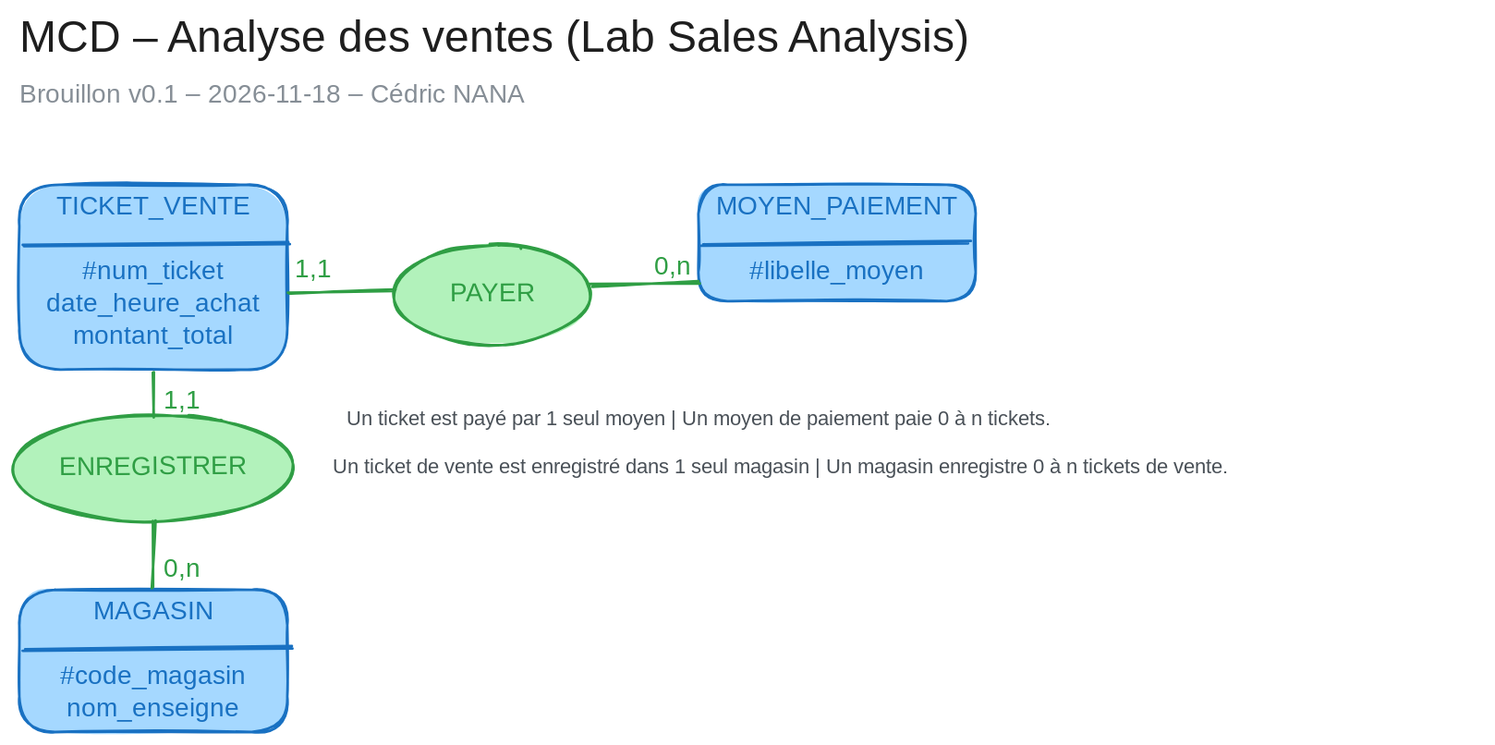
Earlier version of the Excalidraw export docs/modeles/mcd.excalidraw.svg (cnanaj-wq/lab-sales-analysis). Source tidied: one line per element, renumbered; positions are measured from the earlier drawing's top-left corner, leaving out a move shared by most shapes.
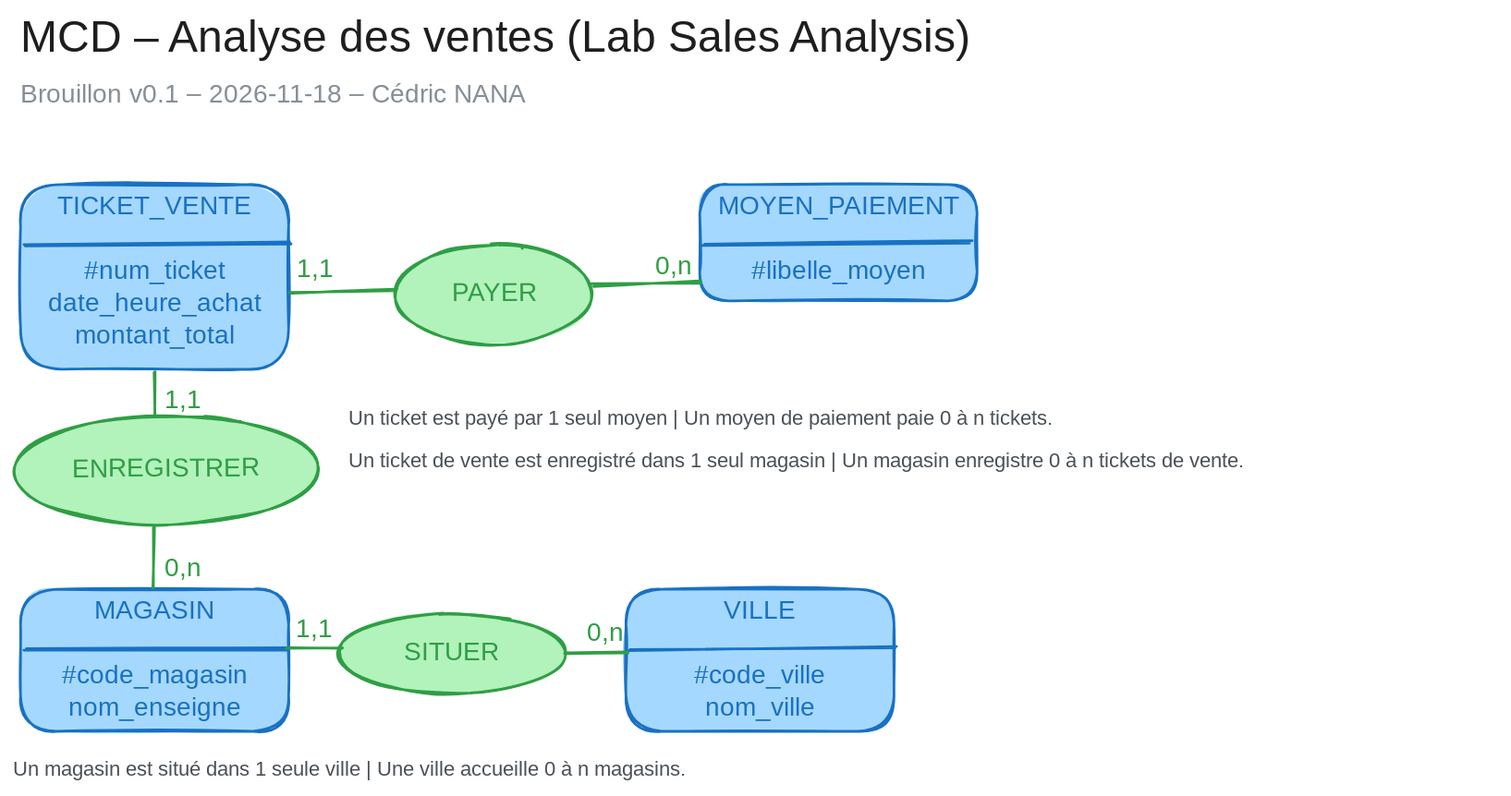
The same diagram one commit later.

Commit message:
docs: ajoute la ville au MCD - Analyse des ventes

Diff of the diagram source:
```diff
@@ -15,11 +15,21 @@
 {"id": 14, "type": "text", "text": "Un ticket est payé par 1 seul moyen | Un moyen de paiement paie 0 à n tickets.", "strokeColor": "#495057", "strokeWidth": 2, "roughness": 1, "fontSize": 16, "fontFamily": 5, "x": 258, "y": 305, "width": 617, "height": 20}
 {"id": 15, "type": "rectangle", "strokeColor": "#1971c2", "backgroundColor": "#a5d8ff", "fillStyle": "solid", "strokeWidth": 2, "roughness": 1, "round": true, "x": 5, "y": 446, "width": 207, "height": 110}
 {"id": 16, "type": "text", "text": "MAGASIN\n\n#code_magasin\nnom_enseigne", "strokeColor": "#1971c2", "backgroundColor": "#a5d8ff", "fillStyle": "solid", "strokeWidth": 2, "roughness": 1, "fontSize": 20, "fontFamily": 5, "textAlign": "center", "inside": 15, "x": 35, "y": 451, "width": 148, "height": 100}
-{"id": 17, "type": "line", "strokeColor": "#1971c2", "backgroundColor": "#a5d8ff", "fillStyle": "solid", "strokeWidth": 2, "roughness": 1, "round": true, "x": 8, "y": 493, "width": 207, "height": 2, "points": [[0, 0], [207, -2]]}
+{"id": 17, "type": "line", "strokeColor": "#1971c2", "backgroundColor": "#a5d8ff", "fillStyle": "solid", "strokeWidth": 2, "roughness": 1, "round": true, "x": 8, "y": 493, "width": 203, "height": 1, "points": [[0, 0], [203, -1]]}
-{"id": 18, "type": "ellipse", "strokeColor": "#2f9e44", "angle": 6.28, "backgroundColor": "#b2f2bb", "fillStyle": "solid", "strokeWidth": 2, "roughness": 1, "round": true, "x": 0, "y": 311, "width": 217, "height": 82}
+{"id": 18, "type": "ellipse", "strokeColor": "#2f9e44", "angle": 6.28, "backgroundColor": "#b2f2bb", "fillStyle": "solid", "strokeWidth": 2, "roughness": 1, "round": true, "x": 0, "y": 312, "width": 235, "height": 84}
-{"id": 19, "type": "text", "text": "ENREGISTRER", "strokeColor": "#2f9e44", "angle": 6.28, "backgroundColor": "#b2f2bb", "fillStyle": "solid", "strokeWidth": 2, "roughness": 1, "fontSize": 20, "fontFamily": 5, "textAlign": "center", "verticalAlign": "middle", "inside": 18, "x": 32, "y": 339, "width": 152, "height": 25}
+{"id": 19, "type": "text", "text": "ENREGISTRER", "strokeColor": "#2f9e44", "angle": 6.28, "backgroundColor": "#b2f2bb", "fillStyle": "solid", "strokeWidth": 2, "roughness": 1, "fontSize": 20, "fontFamily": 5, "textAlign": "center", "verticalAlign": "middle", "inside": 18, "x": 40, "y": 341, "width": 155, "height": 25}
 {"id": 20, "type": "line", "strokeColor": "#2f9e44", "strokeWidth": 2, "roughness": 1, "round": true, "x": 108, "y": 278, "width": 0, "height": 35, "points": [[0, 0], [0, 35]]}
-{"id": 21, "type": "line", "strokeColor": "#2f9e44", "strokeWidth": 2, "roughness": 1, "round": true, "x": 108, "y": 392, "width": 0, "height": 53, "points": [[0, 0], [0, 53]]}
+{"id": 21, "type": "line", "strokeColor": "#2f9e44", "strokeWidth": 2, "roughness": 1, "round": true, "x": 108, "y": 398, "width": 0, "height": 47, "points": [[0, 0], [0, 47]]}
 {"id": 22, "type": "text", "text": "1,1", "strokeColor": "#2f9e44", "strokeWidth": 2, "roughness": 1, "fontSize": 20, "fontFamily": 5, "x": 116, "y": 288, "width": 22, "height": 25}
 {"id": 23, "type": "text", "text": "0,n", "strokeColor": "#2f9e44", "strokeWidth": 2, "roughness": 1, "fontSize": 20, "fontFamily": 5, "x": 116, "y": 418, "width": 28, "height": 25}
-{"id": 24, "type": "text", "text": "Un ticket de vente est enregistré dans 1 seul magasin | Un magasin enregistre 0 à n tickets de vente.", "strokeColor": "#495057", "strokeWidth": 2, "roughness": 1, "fontSize": 16, "fontFamily": 5, "x": 247, "y": 342, "width": 889, "height": 20}
+{"id": 24, "type": "text", "text": "Un ticket de vente est enregistré dans 1 seul magasin | Un magasin enregistre 0 à n tickets de vente.", "strokeColor": "#495057", "strokeWidth": 2, "roughness": 1, "fontSize": 16, "fontFamily": 5, "x": 258, "y": 337, "width": 889, "height": 20}
+{"id": 25, "type": "rectangle", "strokeColor": "#1971c2", "backgroundColor": "#a5d8ff", "fillStyle": "solid", "strokeWidth": 2, "roughness": 1, "round": true, "x": 473, "y": 446, "width": 207, "height": 110}
+{"id": 26, "type": "text", "text": "VILLE\n\n#code_ville\nnom_ville", "strokeColor": "#1971c2", "backgroundColor": "#a5d8ff", "fillStyle": "solid", "strokeWidth": 2, "roughness": 1, "fontSize": 20, "fontFamily": 5, "textAlign": "center", "inside": 25, "x": 521, "y": 451, "width": 110, "height": 100}
+{"id": 27, "type": "line", "strokeColor": "#1971c2", "backgroundColor": "#a5d8ff", "fillStyle": "solid", "strokeWidth": 2, "roughness": 1, "round": true, "x": 475, "y": 493, "width": 207, "height": 2, "points": [[0, 0], [207, -2]]}
+{"id": 28, "type": "ellipse", "strokeColor": "#2f9e44", "backgroundColor": "#b2f2bb", "fillStyle": "solid", "strokeWidth": 2, "roughness": 1, "round": true, "x": 250, "y": 465, "width": 175, "height": 62}
+{"id": 29, "type": "text", "text": "SITUER", "strokeColor": "#2f9e44", "backgroundColor": "#b2f2bb", "fillStyle": "solid", "strokeWidth": 2, "roughness": 1, "fontSize": 20, "fontFamily": 5, "textAlign": "center", "verticalAlign": "middle", "inside": 28, "x": 297, "y": 483, "width": 82, "height": 25}
+{"id": 30, "type": "line", "strokeColor": "#2f9e44", "backgroundColor": "#b2f2bb", "fillStyle": "solid", "strokeWidth": 2, "roughness": 1, "round": true, "x": 210, "y": 492, "width": 43, "height": 0, "points": [[0, 0], [43, 0]]}
+{"id": 31, "type": "line", "strokeColor": "#2f9e44", "backgroundColor": "#b2f2bb", "fillStyle": "solid", "strokeWidth": 2, "roughness": 1, "round": true, "x": 425, "y": 496, "width": 49, "height": 1, "points": [[0, 0], [49, -1]]}
+{"id": 32, "type": "text", "text": "1,1", "strokeColor": "#2f9e44", "backgroundColor": "#b2f2bb", "fillStyle": "solid", "strokeWidth": 2, "roughness": 1, "fontSize": 20, "fontFamily": 5, "x": 218, "y": 466, "width": 22, "height": 25}
+{"id": 33, "type": "text", "text": "0,n", "strokeColor": "#2f9e44", "backgroundColor": "#b2f2bb", "fillStyle": "solid", "strokeWidth": 2, "roughness": 1, "fontSize": 20, "fontFamily": 5, "x": 443, "y": 468, "width": 28, "height": 25}
+{"id": 34, "type": "text", "text": "Un magasin est situé dans 1 seule ville | Une ville accueille 0 à n magasins.", "strokeColor": "#495057", "strokeWidth": 2, "roughness": 1, "fontSize": 16, "fontFamily": 5, "x": -1, "y": 576, "width": 678, "height": 20}
```
